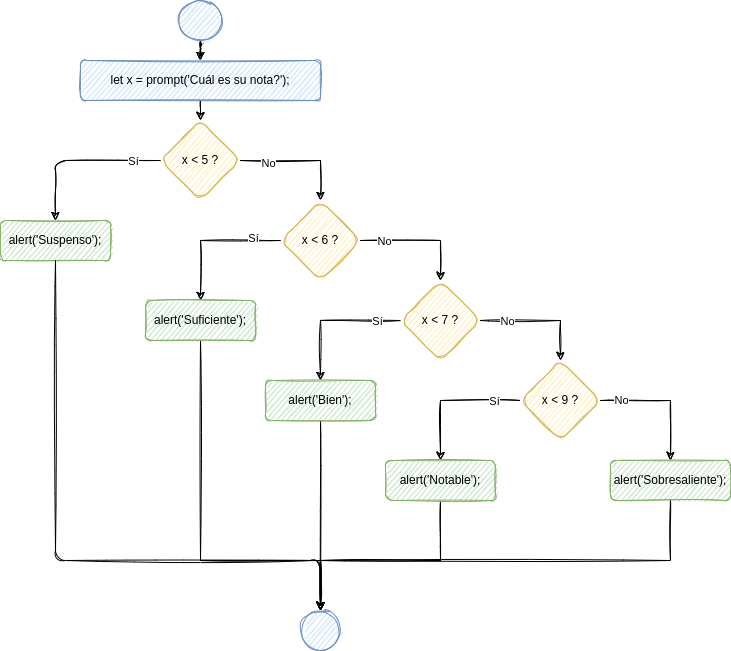
mperez-fomento/ticbook1 keeps this draw.io diagram as static/img/if-else-if-sentence-example.drawio.png. Above is the earlier version. Source tidied: cells renumbered, new cells last; positions are measured from the earlier drawing's top-left corner, leaving out a move shared by most shapes. Its diagram source:
```xml
<mxGraphModel>
  <root>
    <mxCell id="0" />
    <mxCell id="1" parent="0" />
    <mxCell id="2" value="let x = prompt('Cuál es su nota?');" style="whiteSpace=wrap;html=1;fillColor=#dae8fc;strokeColor=#6c8ebf;rounded=1;sketch=1;" parent="1" vertex="1">
      <mxGeometry x="80" y="60" width="240" height="40" as="geometry" />
    </mxCell>
    <mxCell id="3" style="edgeStyle=orthogonalEdgeStyle;jettySize=auto;html=1;entryX=0.5;entryY=0;entryDx=0;entryDy=0;exitX=0;exitY=0.5;exitDx=0;exitDy=0;sketch=1;" parent="1" edge="1" source="7" target="8">
      <mxGeometry relative="1" as="geometry" />
    </mxCell>
    <mxCell id="4" value="Sí" style="edgeLabel;html=1;align=center;verticalAlign=middle;rounded=1;sketch=1;" parent="3" vertex="1">
      <mxGeometry x="-0.69" y="3" relative="1" as="geometry">
        <mxPoint x="-2" y="-3" as="offset" />
      </mxGeometry>
    </mxCell>
    <mxCell id="5" style="edgeStyle=orthogonalEdgeStyle;rounded=0;sketch=1;jettySize=auto;html=1;entryX=0.5;entryY=0;entryDx=0;entryDy=0;" parent="1" edge="1" source="7" target="18">
      <mxGeometry relative="1" as="geometry" />
    </mxCell>
    <mxCell id="6" value="No" style="edgeLabel;html=1;align=center;verticalAlign=middle;" parent="5" vertex="1">
      <mxGeometry x="-0.55" y="-2" relative="1" as="geometry" />
    </mxCell>
    <mxCell id="7" value="x &amp;lt; 5 ?" style="rhombus;whiteSpace=wrap;html=1;fillColor=#fff2cc;strokeColor=#d6b656;rounded=1;sketch=1;" parent="1" vertex="1">
      <mxGeometry x="160" y="120" width="80" height="80" as="geometry" />
    </mxCell>
    <mxCell id="8" value="alert('Suspenso');" style="whiteSpace=wrap;html=1;fillColor=#d5e8d4;strokeColor=#82b366;rounded=1;sketch=1;" parent="1" vertex="1">
      <mxGeometry y="220" width="110" height="40" as="geometry" />
    </mxCell>
    <mxCell id="9" style="edgeStyle=orthogonalEdgeStyle;jettySize=auto;html=1;entryX=0.5;entryY=0;entryDx=0;entryDy=0;exitX=0.5;exitY=1;exitDx=0;exitDy=0;sketch=1;" parent="1" edge="1" source="8" target="10">
      <mxGeometry relative="1" as="geometry">
        <Array as="points">
          <mxPoint x="55" y="560" />
          <mxPoint x="320" y="560" />
        </Array>
      </mxGeometry>
    </mxCell>
    <mxCell id="10" style="ellipse;whiteSpace=wrap;html=1;fillColor=#dae8fc;strokeColor=#6c8ebf;rounded=1;sketch=1;" parent="1" vertex="1">
      <mxGeometry x="300" y="610" width="40" height="40" as="geometry" />
    </mxCell>
    <mxCell id="11" style="edgeStyle=orthogonalEdgeStyle;jettySize=auto;html=1;sketch=1;" parent="1" edge="1" source="12" target="2">
      <mxGeometry relative="1" as="geometry" />
    </mxCell>
    <mxCell id="12" style="ellipse;whiteSpace=wrap;html=1;fillColor=#dae8fc;strokeColor=#6c8ebf;rounded=1;sketch=1;" parent="1" vertex="1">
      <mxGeometry x="177.5" width="45" height="40" as="geometry" />
    </mxCell>
    <mxCell id="13" style="edgeStyle=orthogonalEdgeStyle;rounded=0;sketch=1;jettySize=auto;html=1;entryX=0.5;entryY=0;entryDx=0;entryDy=0;exitX=0.5;exitY=1;exitDx=0;exitDy=0;" parent="1" edge="1" source="2" target="7">
      <mxGeometry relative="1" as="geometry" />
    </mxCell>
    <mxCell id="14" style="edgeStyle=orthogonalEdgeStyle;rounded=0;sketch=1;jettySize=auto;html=1;entryX=0.5;entryY=0;entryDx=0;entryDy=0;" parent="1" edge="1" source="18" target="23">
      <mxGeometry relative="1" as="geometry" />
    </mxCell>
    <mxCell id="15" value="No" style="edgeLabel;html=1;align=center;verticalAlign=middle;" parent="14" vertex="1">
      <mxGeometry x="-0.62" relative="1" as="geometry" />
    </mxCell>
    <mxCell id="16" style="edgeStyle=orthogonalEdgeStyle;rounded=0;sketch=1;jettySize=auto;html=1;entryX=0.5;entryY=0;entryDx=0;entryDy=0;" parent="1" edge="1" source="18" target="30">
      <mxGeometry relative="1" as="geometry" />
    </mxCell>
    <mxCell id="17" value="Sí" style="edgeLabel;html=1;align=center;verticalAlign=middle;" parent="16" vertex="1">
      <mxGeometry x="-0.6" y="-3" relative="1" as="geometry" />
    </mxCell>
    <mxCell id="18" value="x &amp;lt; 6 ?" style="rhombus;whiteSpace=wrap;html=1;fillColor=#fff2cc;strokeColor=#d6b656;rounded=1;sketch=1;" parent="1" vertex="1">
      <mxGeometry x="280" y="200" width="80" height="80" as="geometry" />
    </mxCell>
    <mxCell id="19" style="edgeStyle=orthogonalEdgeStyle;rounded=0;sketch=1;jettySize=auto;html=1;entryX=0.5;entryY=0;entryDx=0;entryDy=0;" parent="1" edge="1" source="23" target="28">
      <mxGeometry relative="1" as="geometry" />
    </mxCell>
    <mxCell id="20" value="No" style="edgeLabel;html=1;align=center;verticalAlign=middle;" parent="19" vertex="1">
      <mxGeometry x="-0.57" relative="1" as="geometry" />
    </mxCell>
    <mxCell id="21" style="edgeStyle=orthogonalEdgeStyle;rounded=0;sketch=1;jettySize=auto;html=1;entryX=0.5;entryY=0;entryDx=0;entryDy=0;" parent="1" edge="1" source="23" target="32">
      <mxGeometry relative="1" as="geometry" />
    </mxCell>
    <mxCell id="22" value="Sí" style="edgeLabel;html=1;align=center;verticalAlign=middle;" parent="21" vertex="1">
      <mxGeometry x="-0.66" relative="1" as="geometry" />
    </mxCell>
    <mxCell id="23" value="x &amp;lt; 7 ?" style="rhombus;whiteSpace=wrap;html=1;fillColor=#fff2cc;strokeColor=#d6b656;rounded=1;sketch=1;" parent="1" vertex="1">
      <mxGeometry x="400" y="280" width="80" height="80" as="geometry" />
    </mxCell>
    <mxCell id="24" style="edgeStyle=orthogonalEdgeStyle;rounded=0;sketch=1;jettySize=auto;html=1;entryX=0.5;entryY=0;entryDx=0;entryDy=0;" parent="1" edge="1" source="28" target="36">
      <mxGeometry relative="1" as="geometry" />
    </mxCell>
    <mxCell id="25" value="No" style="edgeLabel;html=1;align=center;verticalAlign=middle;" parent="24" vertex="1">
      <mxGeometry x="-0.69" y="1" relative="1" as="geometry" />
    </mxCell>
    <mxCell id="26" style="edgeStyle=orthogonalEdgeStyle;rounded=0;sketch=1;jettySize=auto;html=1;entryX=0.5;entryY=0;entryDx=0;entryDy=0;" parent="1" edge="1" source="28" target="34">
      <mxGeometry relative="1" as="geometry" />
    </mxCell>
    <mxCell id="27" value="Sí" style="edgeLabel;html=1;align=center;verticalAlign=middle;" parent="26" vertex="1">
      <mxGeometry x="-0.61" relative="1" as="geometry" />
    </mxCell>
    <mxCell id="28" value="x &amp;lt; 9 ?" style="rhombus;whiteSpace=wrap;html=1;fillColor=#fff2cc;strokeColor=#d6b656;rounded=1;sketch=1;" parent="1" vertex="1">
      <mxGeometry x="520" y="360" width="80" height="80" as="geometry" />
    </mxCell>
    <mxCell id="29" style="edgeStyle=orthogonalEdgeStyle;rounded=0;sketch=1;jettySize=auto;html=1;entryX=0.5;entryY=0;entryDx=0;entryDy=0;" parent="1" edge="1" source="30" target="10">
      <mxGeometry relative="1" as="geometry">
        <Array as="points">
          <mxPoint x="200" y="560" />
          <mxPoint x="320" y="560" />
        </Array>
      </mxGeometry>
    </mxCell>
    <mxCell id="30" value="alert('Suficiente');" style="whiteSpace=wrap;html=1;fillColor=#d5e8d4;strokeColor=#82b366;rounded=1;sketch=1;" parent="1" vertex="1">
      <mxGeometry x="145" y="300" width="110" height="40" as="geometry" />
    </mxCell>
    <mxCell id="31" style="edgeStyle=orthogonalEdgeStyle;rounded=0;sketch=1;jettySize=auto;html=1;entryX=0.5;entryY=0;entryDx=0;entryDy=0;" parent="1" edge="1" source="32" target="10">
      <mxGeometry relative="1" as="geometry">
        <Array as="points">
          <mxPoint x="320" y="610" />
          <mxPoint x="320" y="610" />
        </Array>
      </mxGeometry>
    </mxCell>
    <mxCell id="32" value="alert('Bien');" style="whiteSpace=wrap;html=1;fillColor=#d5e8d4;strokeColor=#82b366;rounded=1;sketch=1;" parent="1" vertex="1">
      <mxGeometry x="265" y="380" width="110" height="40" as="geometry" />
    </mxCell>
    <mxCell id="33" style="edgeStyle=orthogonalEdgeStyle;rounded=0;sketch=1;jettySize=auto;html=1;entryX=0.5;entryY=0;entryDx=0;entryDy=0;" parent="1" edge="1" source="34" target="10">
      <mxGeometry relative="1" as="geometry">
        <Array as="points">
          <mxPoint x="440" y="560" />
          <mxPoint x="320" y="560" />
        </Array>
      </mxGeometry>
    </mxCell>
    <mxCell id="34" value="alert('Notable');" style="whiteSpace=wrap;html=1;fillColor=#d5e8d4;strokeColor=#82b366;rounded=1;sketch=1;" parent="1" vertex="1">
      <mxGeometry x="385" y="460" width="110" height="40" as="geometry" />
    </mxCell>
    <mxCell id="35" style="edgeStyle=orthogonalEdgeStyle;rounded=0;sketch=1;jettySize=auto;html=1;exitX=0.5;exitY=1;exitDx=0;exitDy=0;" parent="1" edge="1" source="36" target="10">
      <mxGeometry relative="1" as="geometry">
        <Array as="points">
          <mxPoint x="670" y="560" />
          <mxPoint x="320" y="560" />
        </Array>
      </mxGeometry>
    </mxCell>
    <mxCell id="36" value="alert('Sobresaliente');" style="whiteSpace=wrap;html=1;fillColor=#d5e8d4;strokeColor=#82b366;rounded=1;sketch=1;" parent="1" vertex="1">
      <mxGeometry x="610" y="460" width="120" height="40" as="geometry" />
    </mxCell>
  </root>
</mxGraphModel>
```
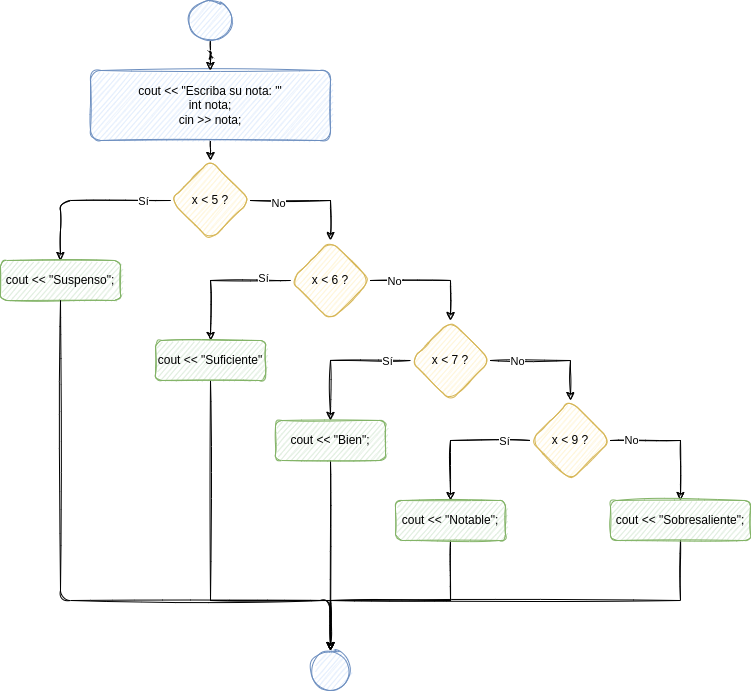
After the change.

What changed in the source:
```diff
@@ -2,8 +2,8 @@
   <root>
     <mxCell id="0" />
     <mxCell id="1" parent="0" />
-    <mxCell id="2" value="let x = prompt('Cuál es su nota?');" style="whiteSpace=wrap;html=1;fillColor=#dae8fc;strokeColor=#6c8ebf;rounded=1;sketch=1;" parent="1" vertex="1">
-      <mxGeometry x="80" y="60" width="240" height="40" as="geometry" />
+    <mxCell id="2" value="cout &amp;lt;&amp;lt; &quot;Escriba su nota: &quot;'&lt;br&gt;int nota;&lt;br&gt;cin &amp;gt;&amp;gt; nota;" style="whiteSpace=wrap;html=1;fillColor=#dae8fc;strokeColor=#6c8ebf;rounded=1;sketch=1;" parent="1" vertex="1">
+      <mxGeometry x="80" y="30" width="240" height="70" as="geometry" />
     </mxCell>
     <mxCell id="3" style="edgeStyle=orthogonalEdgeStyle;jettySize=auto;html=1;entryX=0.5;entryY=0;entryDx=0;entryDy=0;exitX=0;exitY=0.5;exitDx=0;exitDy=0;sketch=1;" parent="1" edge="1" source="7" target="8">
       <mxGeometry relative="1" as="geometry" />
@@ -22,13 +22,13 @@
     <mxCell id="7" value="x &amp;lt; 5 ?" style="rhombus;whiteSpace=wrap;html=1;fillColor=#fff2cc;strokeColor=#d6b656;rounded=1;sketch=1;" parent="1" vertex="1">
       <mxGeometry x="160" y="120" width="80" height="80" as="geometry" />
     </mxCell>
-    <mxCell id="8" value="alert('Suspenso');" style="whiteSpace=wrap;html=1;fillColor=#d5e8d4;strokeColor=#82b366;rounded=1;sketch=1;" parent="1" vertex="1">
-      <mxGeometry y="220" width="110" height="40" as="geometry" />
+    <mxCell id="8" value="cout &amp;lt;&amp;lt; &quot;Suspenso&quot;;" style="whiteSpace=wrap;html=1;fillColor=#d5e8d4;strokeColor=#82b366;rounded=1;sketch=1;" parent="1" vertex="1">
+      <mxGeometry x="-10" y="220" width="120" height="40" as="geometry" />
     </mxCell>
-    <mxCell id="9" style="edgeStyle=orthogonalEdgeStyle;jettySize=auto;html=1;entryX=0.5;entryY=0;entryDx=0;entryDy=0;exitX=0.5;exitY=1;exitDx=0;exitDy=0;sketch=1;" parent="1" edge="1" source="8" target="10">
+    <mxCell id="9" style="edgeStyle=orthogonalEdgeStyle;jettySize=auto;html=1;entryX=0.5;entryY=0;entryDx=0;entryDy=0;sketch=1;exitX=0.5;exitY=1;exitDx=0;exitDy=0;" parent="1" edge="1" source="8" target="10">
       <mxGeometry relative="1" as="geometry">
         <Array as="points">
-          <mxPoint x="55" y="560" />
+          <mxPoint x="50" y="560" />
           <mxPoint x="320" y="560" />
         </Array>
       </mxGeometry>
@@ -40,7 +40,7 @@
       <mxGeometry relative="1" as="geometry" />
     </mxCell>
     <mxCell id="12" style="ellipse;whiteSpace=wrap;html=1;fillColor=#dae8fc;strokeColor=#6c8ebf;rounded=1;sketch=1;" parent="1" vertex="1">
-      <mxGeometry x="177.5" width="45" height="40" as="geometry" />
+      <mxGeometry x="177.5" y="-40" width="45" height="40" as="geometry" />
     </mxCell>
     <mxCell id="13" style="edgeStyle=orthogonalEdgeStyle;rounded=0;sketch=1;jettySize=auto;html=1;entryX=0.5;entryY=0;entryDx=0;entryDy=0;exitX=0.5;exitY=1;exitDx=0;exitDy=0;" parent="1" edge="1" source="2" target="7">
       <mxGeometry relative="1" as="geometry" />
@@ -75,7 +75,7 @@
     <mxCell id="23" value="x &amp;lt; 7 ?" style="rhombus;whiteSpace=wrap;html=1;fillColor=#fff2cc;strokeColor=#d6b656;rounded=1;sketch=1;" parent="1" vertex="1">
       <mxGeometry x="400" y="280" width="80" height="80" as="geometry" />
     </mxCell>
-    <mxCell id="24" style="edgeStyle=orthogonalEdgeStyle;rounded=0;sketch=1;jettySize=auto;html=1;entryX=0.5;entryY=0;entryDx=0;entryDy=0;" parent="1" edge="1" source="28" target="36">
+    <mxCell id="24" style="edgeStyle=orthogonalEdgeStyle;rounded=0;sketch=1;jettySize=auto;html=1;entryX=0.5;entryY=0;entryDx=0;entryDy=0;exitX=1;exitY=0.5;exitDx=0;exitDy=0;" parent="1" edge="1" source="28" target="36">
       <mxGeometry relative="1" as="geometry" />
     </mxCell>
     <mxCell id="25" value="No" style="edgeLabel;html=1;align=center;verticalAlign=middle;" parent="24" vertex="1">
@@ -98,7 +98,7 @@
         </Array>
       </mxGeometry>
     </mxCell>
-    <mxCell id="30" value="alert('Suficiente');" style="whiteSpace=wrap;html=1;fillColor=#d5e8d4;strokeColor=#82b366;rounded=1;sketch=1;" parent="1" vertex="1">
+    <mxCell id="30" value="cout &amp;lt;&amp;lt; &quot;Suficiente&quot;" style="whiteSpace=wrap;html=1;fillColor=#d5e8d4;strokeColor=#82b366;rounded=1;sketch=1;" parent="1" vertex="1">
       <mxGeometry x="145" y="300" width="110" height="40" as="geometry" />
     </mxCell>
     <mxCell id="31" style="edgeStyle=orthogonalEdgeStyle;rounded=0;sketch=1;jettySize=auto;html=1;entryX=0.5;entryY=0;entryDx=0;entryDy=0;" parent="1" edge="1" source="32" target="10">
@@ -109,7 +109,7 @@
         </Array>
       </mxGeometry>
     </mxCell>
-    <mxCell id="32" value="alert('Bien');" style="whiteSpace=wrap;html=1;fillColor=#d5e8d4;strokeColor=#82b366;rounded=1;sketch=1;" parent="1" vertex="1">
+    <mxCell id="32" value="cout &amp;lt;&amp;lt; &quot;Bien&quot;;" style="whiteSpace=wrap;html=1;fillColor=#d5e8d4;strokeColor=#82b366;rounded=1;sketch=1;" parent="1" vertex="1">
       <mxGeometry x="265" y="380" width="110" height="40" as="geometry" />
     </mxCell>
     <mxCell id="33" style="edgeStyle=orthogonalEdgeStyle;rounded=0;sketch=1;jettySize=auto;html=1;entryX=0.5;entryY=0;entryDx=0;entryDy=0;" parent="1" edge="1" source="34" target="10">
@@ -120,7 +120,7 @@
         </Array>
       </mxGeometry>
     </mxCell>
-    <mxCell id="34" value="alert('Notable');" style="whiteSpace=wrap;html=1;fillColor=#d5e8d4;strokeColor=#82b366;rounded=1;sketch=1;" parent="1" vertex="1">
+    <mxCell id="34" value="cout &amp;lt;&amp;lt; &quot;Notable&quot;;" style="whiteSpace=wrap;html=1;fillColor=#d5e8d4;strokeColor=#82b366;rounded=1;sketch=1;" parent="1" vertex="1">
       <mxGeometry x="385" y="460" width="110" height="40" as="geometry" />
     </mxCell>
     <mxCell id="35" style="edgeStyle=orthogonalEdgeStyle;rounded=0;sketch=1;jettySize=auto;html=1;exitX=0.5;exitY=1;exitDx=0;exitDy=0;" parent="1" edge="1" source="36" target="10">
@@ -131,8 +131,8 @@
         </Array>
       </mxGeometry>
     </mxCell>
-    <mxCell id="36" value="alert('Sobresaliente');" style="whiteSpace=wrap;html=1;fillColor=#d5e8d4;strokeColor=#82b366;rounded=1;sketch=1;" parent="1" vertex="1">
-      <mxGeometry x="610" y="460" width="120" height="40" as="geometry" />
+    <mxCell id="36" value="cout &amp;lt;&amp;lt; &quot;Sobresaliente&quot;;" style="whiteSpace=wrap;html=1;fillColor=#d5e8d4;strokeColor=#82b366;rounded=1;sketch=1;" parent="1" vertex="1">
+      <mxGeometry x="600" y="460" width="140" height="40" as="geometry" />
     </mxCell>
   </root>
 </mxGraphModel>
```
